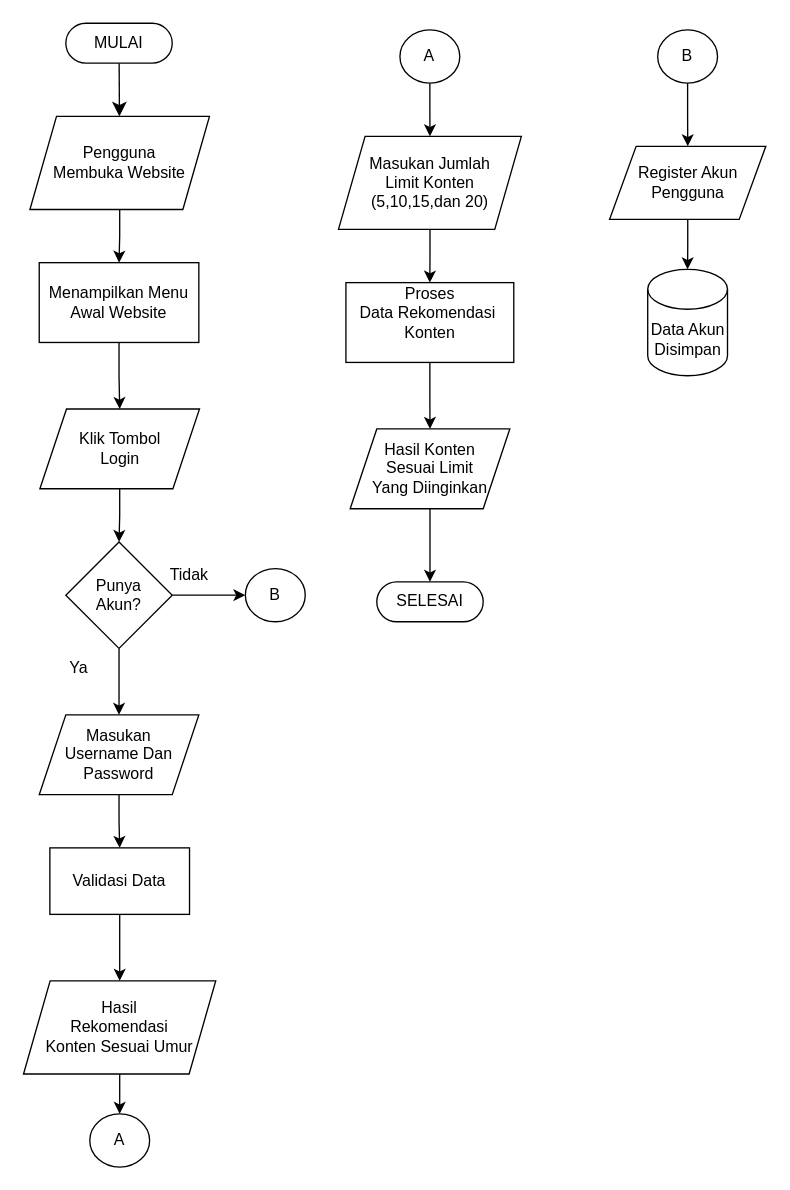
The draw.io diagram Flowchart.drawio in abdraiin/Sistem-Rekomendasi-Konten, before the edit. Source tidied: cells renumbered, new cells numbered last; positions are measured from the earlier drawing's top-left corner, leaving out a move shared by most shapes. Both pictures are drawn from the tidied source at 133%, with x=0, y=0 at pixel (23, 23).
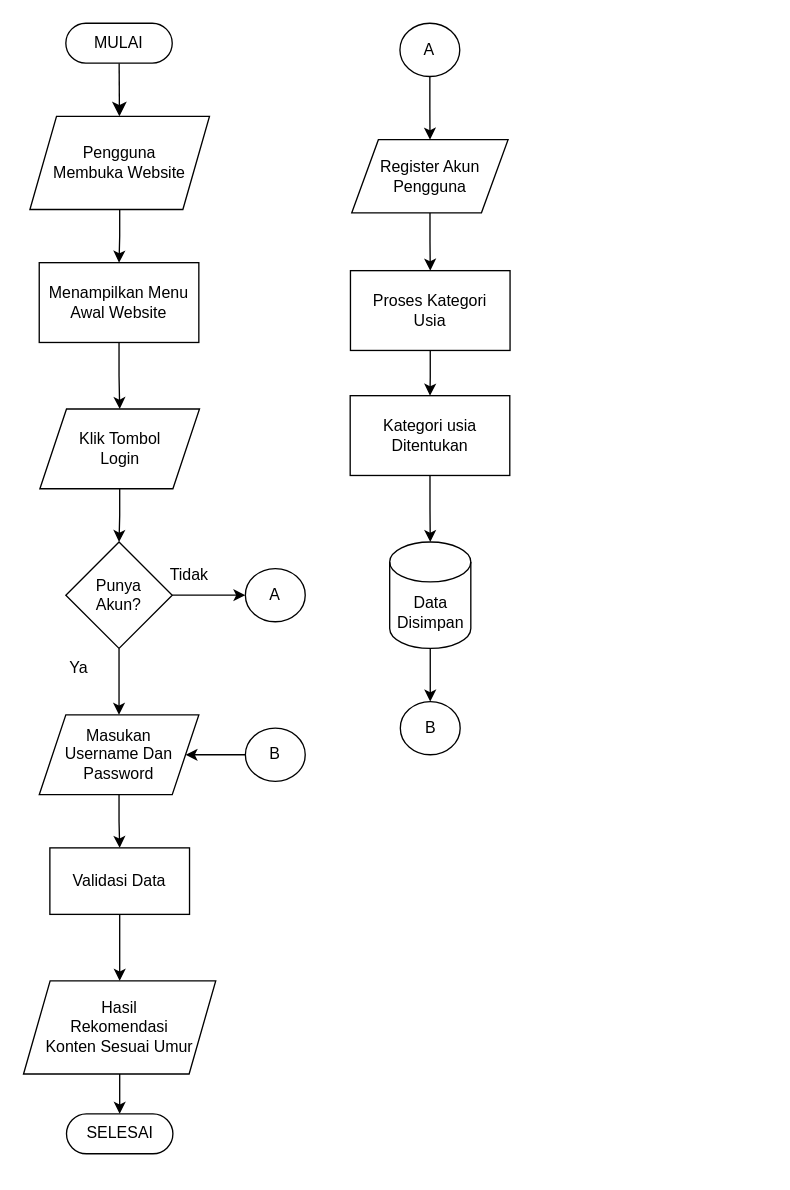
The same page after the edit.

Unchanged cells that the change refers to:
```xml
<mxCell id="14" value="Masukan&lt;div&gt;Username Dan&lt;/div&gt;&lt;div&gt;Password&lt;/div&gt;" style="shape=parallelogram;perimeter=parallelogramPerimeter;whiteSpace=wrap;html=1;fixedSize=1;dashed=0;" parent="1" vertex="1">
  <mxGeometry x="12" y="520" width="120" height="60" as="geometry" />
</mxCell>
<mxCell id="18" value="Hasil&lt;div&gt;Rekomendasi&lt;/div&gt;&lt;div&gt;Konten Sesuai Umur&lt;/div&gt;" style="shape=parallelogram;perimeter=parallelogramPerimeter;whiteSpace=wrap;html=1;fixedSize=1;dashed=0;" parent="1" vertex="1">
  <mxGeometry x="0.2" y="720" width="144.5" height="70" as="geometry" />
</mxCell>
```

The edit, as a diff of the source:
```diff
@@
-    <mxCell id="17" style="edgeStyle=orthogonalEdgeStyle;rounded=0;jettySize=auto;html=1;" parent="1" edge="1" source="18" target="19">
+    <mxCell id="17" style="edgeStyle=orthogonalEdgeStyle;rounded=0;jettySize=auto;html=1;entryX=0.5;entryY=0.5;entryDx=0;entryDy=-15;entryPerimeter=0;" parent="1" edge="1" source="18" target="28">
       <mxGeometry relative="1" as="geometry" />
     </mxCell>
@@
-    <mxCell id="19" value="A" style="ellipse;whiteSpace=wrap;html=1;dashed=0;" parent="1" vertex="1">
-      <mxGeometry x="50" y="820" width="45" height="40" as="geometry" />
-    </mxCell>
-    <mxCell id="20" style="edgeStyle=orthogonalEdgeStyle;rounded=0;jettySize=auto;html=1;" parent="1" edge="1" source="21" target="23">
-      <mxGeometry relative="1" as="geometry" />
-    </mxCell>
-    <mxCell id="21" value="A" style="ellipse;whiteSpace=wrap;html=1;dashed=0;" parent="1" vertex="1">
-      <mxGeometry x="283.2" y="5" width="45" height="40" as="geometry" />
-    </mxCell>
-    <mxCell id="22" style="edgeStyle=orthogonalEdgeStyle;rounded=0;jettySize=auto;html=1;" parent="1" edge="1" source="23" target="25">
-      <mxGeometry relative="1" as="geometry" />
-    </mxCell>
-    <mxCell id="23" value="Masukan Jumlah&lt;div&gt;Limit Konten&lt;/div&gt;&lt;div&gt;(5,10,15,dan 20)&lt;/div&gt;" style="shape=parallelogram;perimeter=parallelogramPerimeter;whiteSpace=wrap;html=1;fixedSize=1;dashed=0;" parent="1" vertex="1">
-      <mxGeometry x="237" y="85" width="137.5" height="70" as="geometry" />
-    </mxCell>
-    <mxCell id="24" style="edgeStyle=orthogonalEdgeStyle;rounded=0;jettySize=auto;html=1;" parent="1" edge="1" source="25" target="27">
-      <mxGeometry relative="1" as="geometry" />
-    </mxCell>
-    <mxCell id="25" value="Proses Data&lt;span style=&quot;background-color: transparent; color: light-dark(rgb(0, 0, 0), rgb(255, 255, 255));&quot;&gt;&amp;nbsp;Rekomendasi&amp;nbsp;&lt;/span&gt;&lt;div&gt;&lt;span style=&quot;background-color: transparent; color: light-dark(rgb(0, 0, 0), rgb(255, 255, 255));&quot;&gt;Konten&lt;/span&gt;&lt;div&gt;&lt;span style=&quot;background-color: transparent; color: light-dark(rgb(0, 0, 0), rgb(255, 255, 255));&quot;&gt;&lt;br&gt;&lt;/span&gt;&lt;/div&gt;&lt;/div&gt;" style="whiteSpace=wrap;html=1;dashed=0;" parent="1" vertex="1">
-      <mxGeometry x="242.6" y="195" width="126.2" height="60" as="geometry" />
-    </mxCell>
-    <mxCell id="26" style="edgeStyle=orthogonalEdgeStyle;rounded=0;jettySize=auto;html=1;entryX=0.5;entryY=0.5;entryDx=0;entryDy=-15;entryPerimeter=0;" parent="1" edge="1" source="27" target="28">
-      <mxGeometry relative="1" as="geometry" />
-    </mxCell>
-    <mxCell id="27" value="Hasil Konten&lt;div&gt;Sesuai Limit&lt;/div&gt;&lt;div&gt;Yang Diinginkan&lt;/div&gt;" style="shape=parallelogram;perimeter=parallelogramPerimeter;whiteSpace=wrap;html=1;fixedSize=1;dashed=0;" parent="1" vertex="1">
-      <mxGeometry x="245.8" y="305" width="120" height="60" as="geometry" />
-    </mxCell>
     <mxCell id="28" value="SELESAI" style="html=1;dashed=0;whiteSpace=wrap;shape=mxgraph.dfd.start;" parent="1" vertex="1">
-      <mxGeometry x="265.8" y="420" width="80" height="30" as="geometry" />
+      <mxGeometry x="32.5" y="820" width="80" height="30" as="geometry" />
     </mxCell>
@@
-    <mxCell id="31" value="B" style="ellipse;whiteSpace=wrap;html=1;dashed=0;" parent="1" vertex="1">
+    <mxCell id="31" value="A" style="ellipse;whiteSpace=wrap;html=1;dashed=0;" parent="1" vertex="1">
       <mxGeometry x="167" y="410" width="45" height="40" as="geometry" />
     </mxCell>
@@
-    <mxCell id="33" value="B" style="ellipse;whiteSpace=wrap;html=1;dashed=0;" parent="1" vertex="1">
-      <mxGeometry x="477" y="5" width="45" height="40" as="geometry" />
+    <mxCell id="33" value="A" style="ellipse;whiteSpace=wrap;html=1;dashed=0;" parent="1" vertex="1">
+      <mxGeometry x="283.2" width="45" height="40" as="geometry" />
     </mxCell>
-    <mxCell id="34" style="edgeStyle=orthogonalEdgeStyle;rounded=0;jettySize=auto;html=1;entryX=0.5;entryY=0;entryDx=0;entryDy=0;entryPerimeter=0;" parent="1" edge="1" source="35" target="36">
+    <mxCell id="34" style="edgeStyle=orthogonalEdgeStyle;rounded=0;jettySize=auto;html=1;entryX=0.5;entryY=0;entryDx=0;entryDy=0;" parent="1" edge="1" source="35" target="38">
       <mxGeometry relative="1" as="geometry" />
     </mxCell>
     <mxCell id="35" value="Register Akun&lt;div&gt;Pengguna&lt;/div&gt;" style="shape=parallelogram;perimeter=parallelogramPerimeter;whiteSpace=wrap;html=1;fixedSize=1;dashed=0;" parent="1" vertex="1">
-      <mxGeometry x="440.8" y="92.5" width="117.5" height="55" as="geometry" />
+      <mxGeometry x="247" y="87.5" width="117.5" height="55" as="geometry" />
     </mxCell>
-    <mxCell id="36" value="Data Akun&lt;div&gt;Disimpan&lt;/div&gt;" style="shape=cylinder3;whiteSpace=wrap;html=1;boundedLbl=1;backgroundOutline=1;size=15;" parent="1" vertex="1">
-      <mxGeometry x="469.5" y="185" width="60" height="80" as="geometry" />
-    </mxCell>
+    <mxCell id="37" style="edgeStyle=orthogonalEdgeStyle;rounded=0;jettySize=auto;html=1;" parent="1" edge="1" source="38" target="40">
+      <mxGeometry relative="1" as="geometry" />
+    </mxCell>
+    <mxCell id="38" value="Proses Kategori&lt;div&gt;Usia&lt;/div&gt;" style="whiteSpace=wrap;html=1;" parent="1" vertex="1">
+      <mxGeometry x="246" y="186" width="120" height="60" as="geometry" />
+    </mxCell>
+    <mxCell id="39" style="edgeStyle=orthogonalEdgeStyle;rounded=0;jettySize=auto;html=1;entryX=0.5;entryY=0;entryDx=0;entryDy=0;entryPerimeter=0;" parent="1" edge="1" source="40" target="42">
+      <mxGeometry relative="1" as="geometry" />
+    </mxCell>
+    <mxCell id="40" value="Kategori usia&lt;div&gt;Ditentukan&lt;/div&gt;" style="whiteSpace=wrap;html=1;" parent="1" vertex="1">
+      <mxGeometry x="245.8" y="280" width="120" height="60" as="geometry" />
+    </mxCell>
+    <mxCell id="41" style="edgeStyle=orthogonalEdgeStyle;rounded=0;jettySize=auto;html=1;entryX=0.5;entryY=0;entryDx=0;entryDy=0;" parent="1" edge="1" source="42" target="43">
+      <mxGeometry relative="1" as="geometry" />
+    </mxCell>
+    <mxCell id="42" value="Data Disimpan" style="shape=cylinder3;whiteSpace=wrap;html=1;boundedLbl=1;backgroundOutline=1;size=15;" parent="1" vertex="1">
+      <mxGeometry x="275.5" y="390" width="61" height="80" as="geometry" />
+    </mxCell>
+    <mxCell id="43" value="B" style="ellipse;whiteSpace=wrap;html=1;dashed=0;" parent="1" vertex="1">
+      <mxGeometry x="283.5" y="510" width="45" height="40" as="geometry" />
+    </mxCell>
+    <mxCell id="44" style="edgeStyle=orthogonalEdgeStyle;rounded=0;jettySize=auto;html=1;" parent="1" edge="1" source="45" target="14">
+      <mxGeometry relative="1" as="geometry" />
+    </mxCell>
+    <mxCell id="45" value="B" style="ellipse;whiteSpace=wrap;html=1;dashed=0;" parent="1" vertex="1">
+      <mxGeometry x="167" y="530" width="45" height="40" as="geometry" />
+    </mxCell>
```
